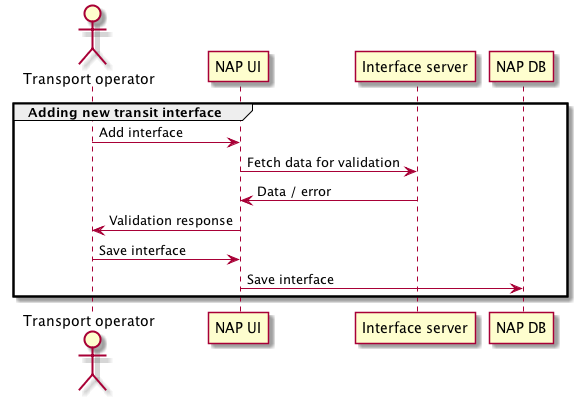
Above: docs/transit-changes/new-interface.png in tmfg/mmtis-national-access-point (PlantUML), before the change.
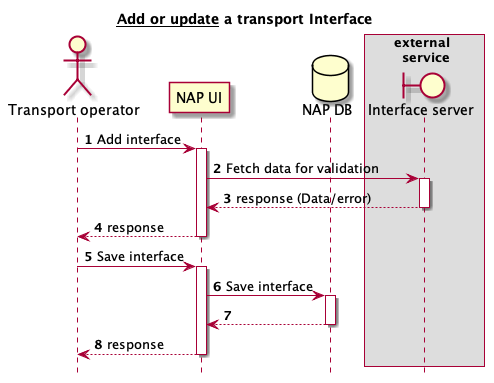
Above is the later version.

Commit message:
doc: transit-changes update need and new-interface

Change to the diagram source:
```diff
@@ -1,19 +1,28 @@
 @startuml
+title __Add or update__ a transport Interface
+autonumber
+hide footbox
 
 actor "Transport operator" as OPER
 participant "NAP UI" as UI
-participant "Interface server" as IFACE
-participant "NAP DB" as DB
+database "NAP DB" as DB
+box external \n service
+    boundary "Interface server" as IFACE
+end box
 
-
-group Adding new transit interface
 OPER->UI: Add interface
+activate UI
         UI->IFACE: Fetch data for validation
-        IFACE->UI: Data / error
-                UI->OPER: Validation response
+        activate IFACE
+        return response (Data/error)
+                return response
 
                 OPER->UI: Save interface
+                activate UI
 UI->DB: Save interface
-end
+                activate DB
+
+return
+return response
 
 @enduml
```
